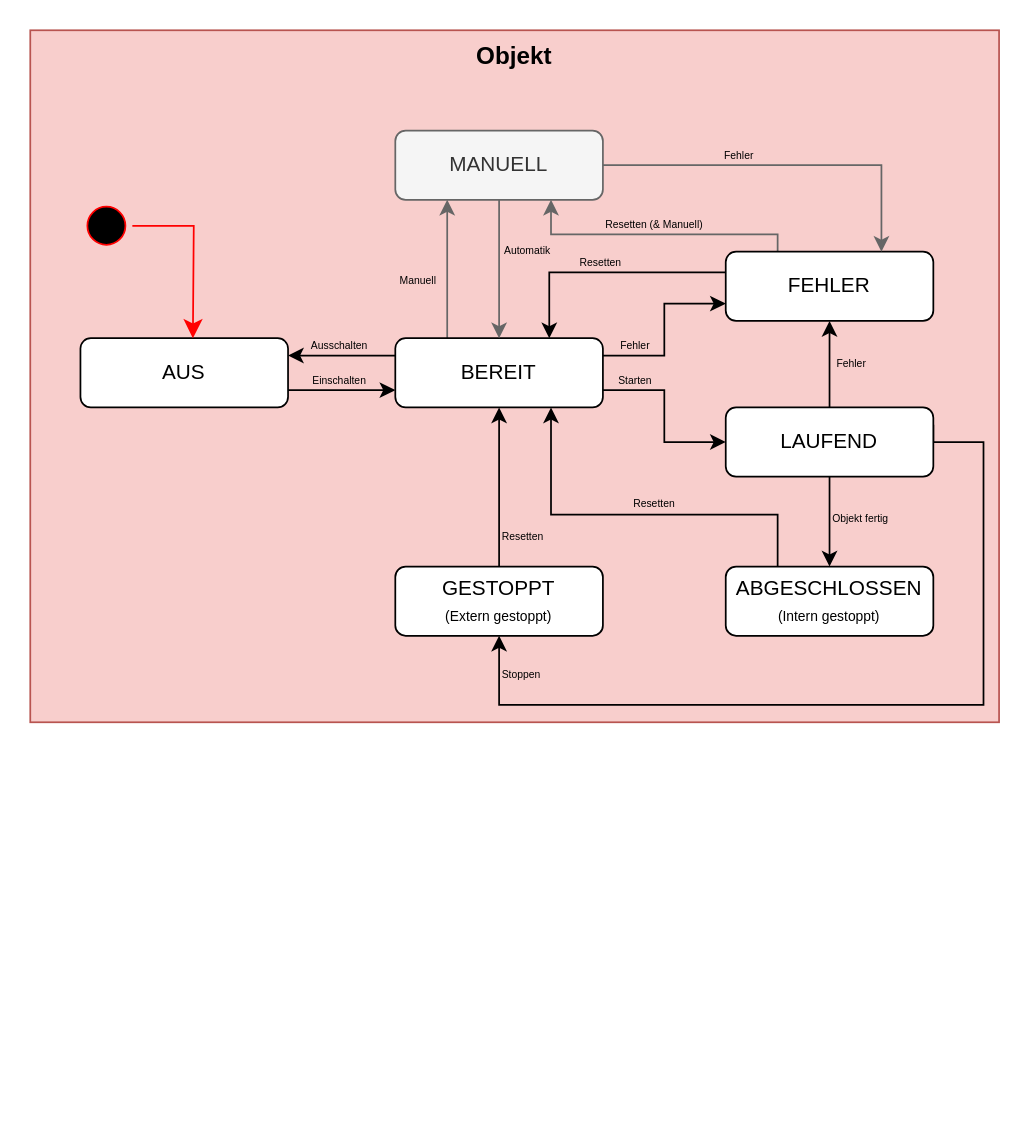
Before: 04_Umsetzung/06_Arbeistpaket_6/01_Skizzen/ObjektZustände.drawio in MrZabalu/MasterThesis, a draw.io diagram. Source tidied: cells renumbered, new cells numbered last; positions are measured from the earlier drawing's top-left corner, leaving out a move shared by most shapes. Both pictures are drawn from the tidied source at 173%, with x=0, y=0 at pixel (29, 29).
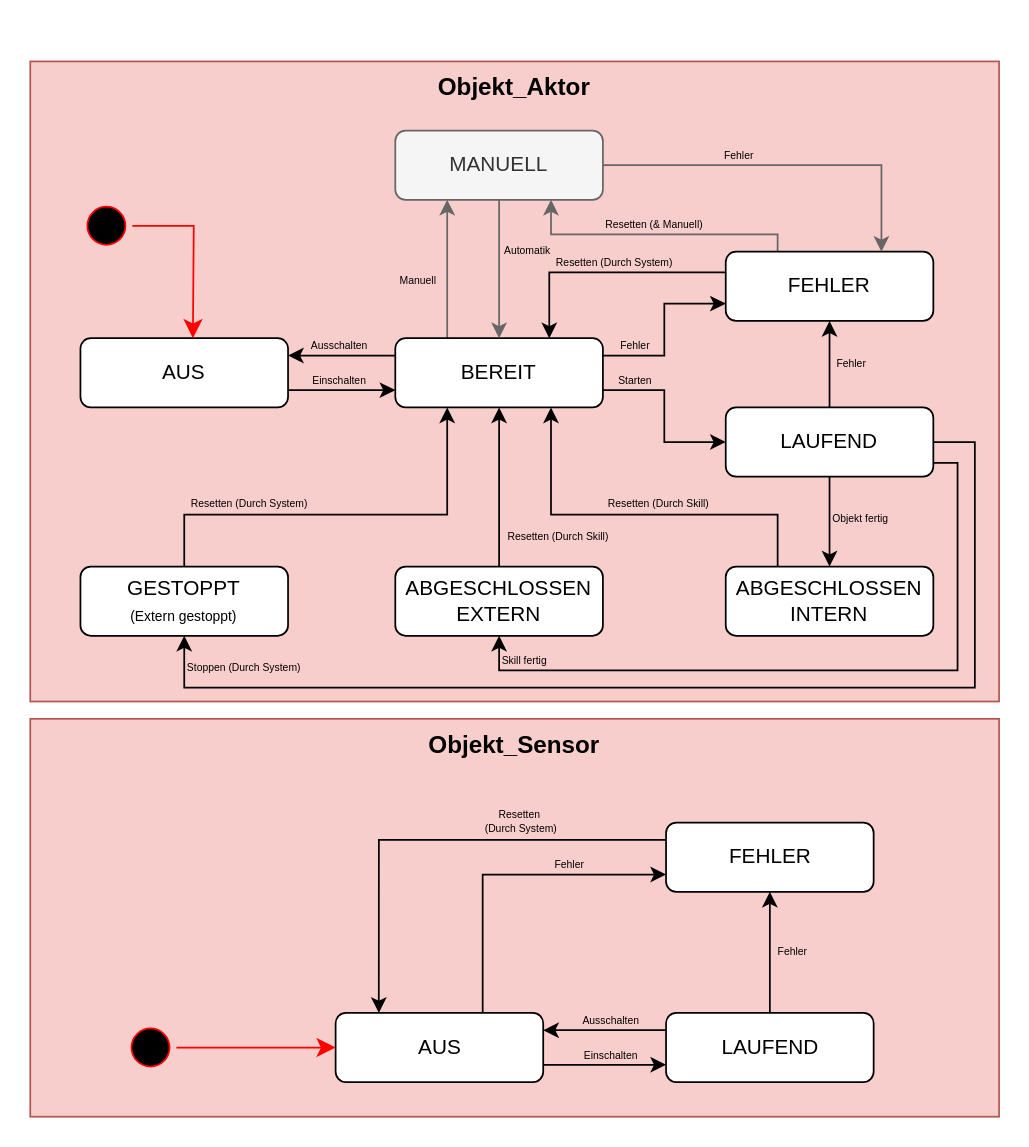
The same page after the edit.

Unchanged cells that the change refers to:
```xml
<mxCell id="9" value="BEREIT" style="rounded=1;whiteSpace=wrap;html=1;" parent="1" vertex="1">
  <mxGeometry x="211" y="178" width="120" height="40" as="geometry" />
</mxCell>
<mxCell id="13" value="LAUFEND" style="rounded=1;whiteSpace=wrap;html=1;" parent="1" vertex="1">
  <mxGeometry x="402" y="218" width="120" height="40" as="geometry" />
</mxCell>
```

What changed in the source:
```diff
@@
-    <mxCell id="2" value="&lt;b&gt;&lt;font style=&quot;font-size: 14px;&quot;&gt;Objekt&lt;/font&gt;&lt;/b&gt;" style="rounded=0;whiteSpace=wrap;html=1;fillColor=#f8cecc;strokeColor=#b85450;verticalAlign=top;" parent="1" vertex="1">
-      <mxGeometry width="560" height="400" as="geometry" />
+    <mxCell id="2" value="&lt;b&gt;&lt;font style=&quot;font-size: 14px;&quot;&gt;Objekt_Aktor&lt;/font&gt;&lt;/b&gt;" style="rounded=0;whiteSpace=wrap;html=1;fillColor=#f8cecc;strokeColor=#b85450;verticalAlign=top;" parent="1" vertex="1">
+      <mxGeometry y="18" width="560" height="370" as="geometry" />
     </mxCell>
@@
+    <mxCell id="40" style="edgeStyle=orthogonalEdgeStyle;rounded=0;jettySize=auto;html=1;entryX=0.5;entryY=1;entryDx=0;entryDy=0;" parent="1" edge="1" source="13" target="42">
+      <mxGeometry relative="1" as="geometry">
+        <Array as="points">
+          <mxPoint x="536" y="250" />
+          <mxPoint x="536" y="370" />
+          <mxPoint x="271" y="370" />
+        </Array>
+      </mxGeometry>
+    </mxCell>
-    <mxCell id="12" style="edgeStyle=orthogonalEdgeStyle;rounded=0;jettySize=auto;html=1;exitX=1;exitY=0.25;exitDx=0;exitDy=0;entryX=0.5;entryY=1;entryDx=0;entryDy=0;" parent="1" edge="1" source="13" target="20">
+    <mxCell id="12" style="edgeStyle=orthogonalEdgeStyle;rounded=0;jettySize=auto;html=1;entryX=0.5;entryY=1;entryDx=0;entryDy=0;" parent="1" edge="1" source="13" target="20">
       <mxGeometry relative="1" as="geometry">
         <Array as="points">
-          <mxPoint x="522" y="238" />
-          <mxPoint x="551" y="238" />
-          <mxPoint x="551" y="390" />
-          <mxPoint x="271" y="390" />
+          <mxPoint x="546" y="238" />
+          <mxPoint x="546" y="380" />
+          <mxPoint x="89" y="380" />
         </Array>
       </mxGeometry>
     </mxCell>
@@
-    <mxCell id="18" value="ABGESCHLOSSEN&lt;div&gt;&lt;font style=&quot;font-size: 8px;&quot;&gt;(Intern gestoppt)&lt;/font&gt;&lt;/div&gt;" style="rounded=1;whiteSpace=wrap;html=1;" parent="1" vertex="1">
+    <mxCell id="18" value="ABGESCHLOSSEN&lt;div&gt;INTERN&lt;/div&gt;" style="rounded=1;whiteSpace=wrap;html=1;" parent="1" vertex="1">
       <mxGeometry x="402" y="310" width="120" height="40" as="geometry" />
     </mxCell>
-    <mxCell id="19" style="edgeStyle=orthogonalEdgeStyle;rounded=0;jettySize=auto;html=1;entryX=0.5;entryY=1;entryDx=0;entryDy=0;" parent="1" edge="1" source="20" target="9">
-      <mxGeometry relative="1" as="geometry" />
+    <mxCell id="19" style="edgeStyle=orthogonalEdgeStyle;rounded=0;jettySize=auto;html=1;entryX=0.25;entryY=1;entryDx=0;entryDy=0;" parent="1" edge="1" source="20" target="9">
+      <mxGeometry relative="1" as="geometry">
+        <Array as="points">
+          <mxPoint x="89" y="280" />
+          <mxPoint x="241" y="280" />
+        </Array>
+      </mxGeometry>
     </mxCell>
     <mxCell id="20" value="GESTOPPT&lt;div&gt;&lt;font style=&quot;font-size: 8px;&quot;&gt;(Extern gestoppt)&lt;/font&gt;&lt;/div&gt;" style="rounded=1;whiteSpace=wrap;html=1;" parent="1" vertex="1">
-      <mxGeometry x="211" y="310" width="120" height="40" as="geometry" />
+      <mxGeometry x="29" y="310" width="120" height="40" as="geometry" />
     </mxCell>
@@
-    <mxCell id="25" value="Resetten" style="text;html=1;align=center;verticalAlign=middle;whiteSpace=wrap;rounded=0;fontSize=6;" parent="1" vertex="1">
-      <mxGeometry x="300" y="130" width="60" height="10" as="geometry" />
+    <mxCell id="25" value="Resetten (Durch System)" style="text;html=1;align=center;verticalAlign=middle;whiteSpace=wrap;rounded=0;fontSize=6;" parent="1" vertex="1">
+      <mxGeometry x="300" y="130" width="76" height="10" as="geometry" />
     </mxCell>
@@
-    <mxCell id="30" value="Stoppen" style="text;html=1;align=left;verticalAlign=middle;whiteSpace=wrap;rounded=0;fontSize=6;" parent="1" vertex="1">
-      <mxGeometry x="271" y="368" width="60" height="10" as="geometry" />
+    <mxCell id="30" value="Stoppen (Durch System)" style="text;html=1;align=left;verticalAlign=middle;whiteSpace=wrap;rounded=0;fontSize=6;" parent="1" vertex="1">
+      <mxGeometry x="89" y="364" width="77" height="10" as="geometry" />
     </mxCell>
-    <mxCell id="31" value="Resetten" style="text;html=1;align=left;verticalAlign=middle;whiteSpace=wrap;rounded=0;fontSize=6;" parent="1" vertex="1">
-      <mxGeometry x="271" y="288" width="60" height="10" as="geometry" />
-    </mxCell>
-    <mxCell id="32" value="Resetten" style="text;html=1;align=center;verticalAlign=middle;whiteSpace=wrap;rounded=0;fontSize=6;" parent="1" vertex="1">
-      <mxGeometry x="331" y="269" width="60" height="10" as="geometry" />
+    <mxCell id="32" value="Resetten (Durch Skill)" style="text;html=1;align=center;verticalAlign=middle;whiteSpace=wrap;rounded=0;fontSize=6;" parent="1" vertex="1">
+      <mxGeometry x="331" y="269" width="65" height="10" as="geometry" />
     </mxCell>
@@
+    <mxCell id="41" style="edgeStyle=orthogonalEdgeStyle;rounded=0;jettySize=auto;html=1;entryX=0.5;entryY=1;entryDx=0;entryDy=0;" parent="1" edge="1" source="42" target="9">
+      <mxGeometry relative="1" as="geometry" />
+    </mxCell>
+    <mxCell id="42" value="ABGESCHLOSSEN&lt;div&gt;EXTERN&lt;/div&gt;" style="rounded=1;whiteSpace=wrap;html=1;" parent="1" vertex="1">
+      <mxGeometry x="211" y="310" width="120" height="40" as="geometry" />
+    </mxCell>
+    <mxCell id="43" value="Resetten (Durch Skill)" style="text;html=1;align=center;verticalAlign=middle;whiteSpace=wrap;rounded=0;fontSize=6;" parent="1" vertex="1">
+      <mxGeometry x="273" y="288" width="65" height="10" as="geometry" />
+    </mxCell>
+    <mxCell id="44" value="Skill fertig" style="text;html=1;align=left;verticalAlign=middle;whiteSpace=wrap;rounded=0;fontSize=6;" parent="1" vertex="1">
+      <mxGeometry x="271" y="360" width="60" height="10" as="geometry" />
+    </mxCell>
+    <mxCell id="45" value="Resetten (Durch System)" style="text;html=1;align=center;verticalAlign=middle;whiteSpace=wrap;rounded=0;fontSize=6;" parent="1" vertex="1">
+      <mxGeometry x="89" y="269" width="76" height="10" as="geometry" />
+    </mxCell>
+    <mxCell id="46" value="&lt;b&gt;&lt;font style=&quot;font-size: 14px;&quot;&gt;Objekt_Sensor&lt;/font&gt;&lt;/b&gt;" style="rounded=0;whiteSpace=wrap;html=1;fillColor=#f8cecc;strokeColor=#b85450;verticalAlign=top;" parent="1" vertex="1">
+      <mxGeometry y="398" width="560" height="230" as="geometry" />
+    </mxCell>
+    <mxCell id="47" style="edgeStyle=orthogonalEdgeStyle;rounded=0;jettySize=auto;html=1;entryX=0;entryY=0.75;entryDx=0;entryDy=0;" parent="1" edge="1" source="49" target="52">
+      <mxGeometry relative="1" as="geometry">
+        <Array as="points">
+          <mxPoint x="326.5" y="598" />
+          <mxPoint x="326.5" y="598" />
+        </Array>
+      </mxGeometry>
+    </mxCell>
+    <mxCell id="48" style="edgeStyle=orthogonalEdgeStyle;rounded=0;jettySize=auto;html=1;entryX=0;entryY=0.75;entryDx=0;entryDy=0;" parent="1" edge="1" source="49" target="54">
+      <mxGeometry relative="1" as="geometry">
+        <Array as="points">
+          <mxPoint x="261.5" y="488" />
+        </Array>
+      </mxGeometry>
+    </mxCell>
+    <mxCell id="49" value="AUS" style="rounded=1;whiteSpace=wrap;html=1;" parent="1" vertex="1">
+      <mxGeometry x="176.5" y="568" width="120" height="40" as="geometry" />
+    </mxCell>
+    <mxCell id="50" style="edgeStyle=orthogonalEdgeStyle;rounded=0;jettySize=auto;html=1;exitX=0;exitY=0.25;exitDx=0;exitDy=0;entryX=1;entryY=0.25;entryDx=0;entryDy=0;" parent="1" edge="1" source="52" target="49">
+      <mxGeometry relative="1" as="geometry" />
+    </mxCell>
+    <mxCell id="51" style="edgeStyle=orthogonalEdgeStyle;rounded=0;jettySize=auto;html=1;entryX=0.5;entryY=1;entryDx=0;entryDy=0;" parent="1" edge="1" source="52" target="54">
+      <mxGeometry relative="1" as="geometry" />
+    </mxCell>
+    <mxCell id="52" value="LAUFEND" style="rounded=1;whiteSpace=wrap;html=1;" parent="1" vertex="1">
+      <mxGeometry x="367.5" y="568" width="120" height="40" as="geometry" />
+    </mxCell>
+    <mxCell id="53" style="edgeStyle=orthogonalEdgeStyle;rounded=0;jettySize=auto;html=1;entryX=0.208;entryY=0;entryDx=0;entryDy=0;entryPerimeter=0;exitX=0;exitY=0.25;exitDx=0;exitDy=0;" parent="1" edge="1" source="54" target="49">
+      <mxGeometry relative="1" as="geometry">
+        <Array as="points">
+          <mxPoint x="201.5" y="468" />
+        </Array>
+      </mxGeometry>
+    </mxCell>
+    <mxCell id="54" value="FEHLER" style="rounded=1;whiteSpace=wrap;html=1;" parent="1" vertex="1">
+      <mxGeometry x="367.5" y="458" width="120" height="40" as="geometry" />
+    </mxCell>
+    <mxCell id="55" style="ellipse;html=1;shape=startState;fillColor=#000000;strokeColor=#ff0000;" parent="1" vertex="1">
+      <mxGeometry x="54.5" y="573" width="30" height="30" as="geometry" />
+    </mxCell>
+    <mxCell id="56" style="edgeStyle=orthogonalEdgeStyle;html=1;verticalAlign=bottom;endArrow=classic;endSize=8;strokeColor=#ff0000;rounded=0;endFill=1;entryX=0;entryY=0.5;entryDx=0;entryDy=0;" parent="1" edge="1" source="55" target="49">
+      <mxGeometry relative="1" as="geometry" />
+    </mxCell>
+    <mxCell id="57" value="Einschalten" style="text;html=1;align=center;verticalAlign=middle;whiteSpace=wrap;rounded=0;fontSize=6;" parent="1" vertex="1">
+      <mxGeometry x="305.5" y="588" width="60" height="10" as="geometry" />
+    </mxCell>
+    <mxCell id="58" value="Ausschalten" style="text;html=1;align=center;verticalAlign=middle;whiteSpace=wrap;rounded=0;fontSize=6;" parent="1" vertex="1">
+      <mxGeometry x="305.5" y="568" width="60" height="10" as="geometry" />
+    </mxCell>
+    <mxCell id="59" value="Resetten&amp;nbsp;&lt;div&gt;(Durch System)&lt;/div&gt;" style="text;html=1;align=center;verticalAlign=middle;whiteSpace=wrap;rounded=0;fontSize=6;" parent="1" vertex="1">
+      <mxGeometry x="245.5" y="448" width="76" height="20" as="geometry" />
+    </mxCell>
+    <mxCell id="60" value="Fehler" style="text;html=1;align=center;verticalAlign=middle;whiteSpace=wrap;rounded=0;fontSize=6;" parent="1" vertex="1">
+      <mxGeometry x="281.5" y="478" width="60" height="10" as="geometry" />
+    </mxCell>
+    <mxCell id="61" value="Fehler" style="text;html=1;align=center;verticalAlign=middle;whiteSpace=wrap;rounded=0;fontSize=6;" parent="1" vertex="1">
+      <mxGeometry x="410.5" y="528" width="60" height="10" as="geometry" />
+    </mxCell>
```
